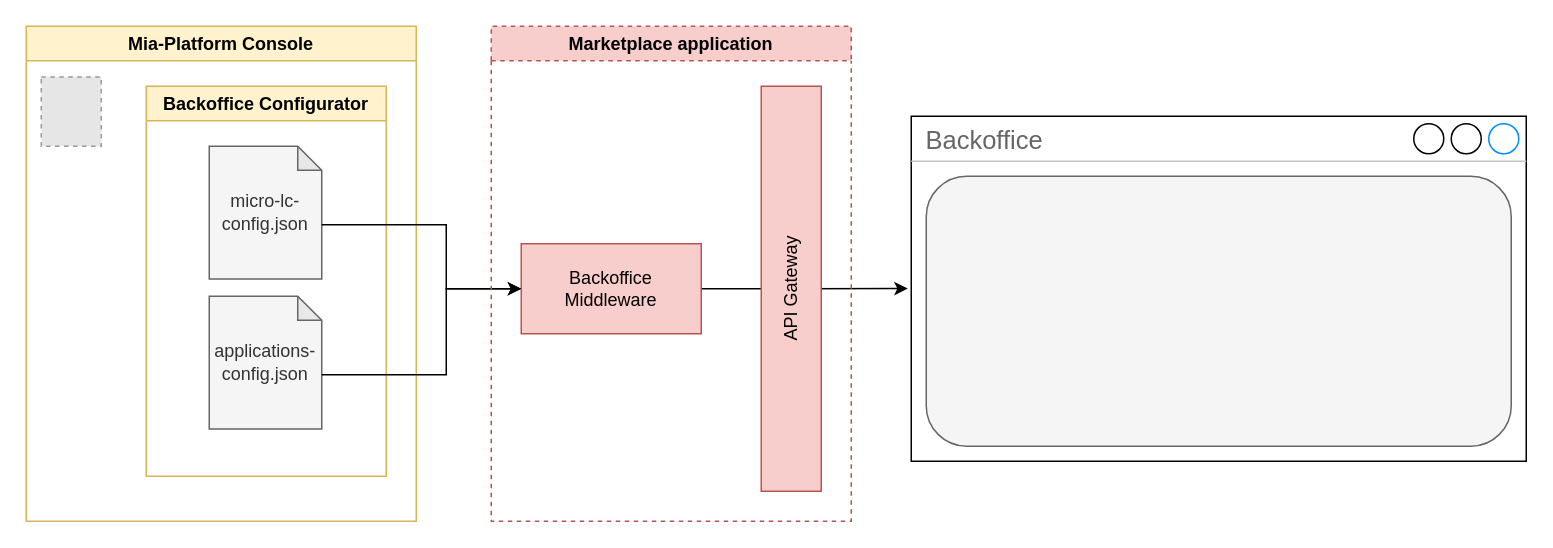
Before: docs/microfrontend-composer/img/architecture.drawio in mia-platform/documentation, a draw.io diagram. Source tidied: cells renumbered, new cells numbered last; positions are measured from the earlier drawing's top-left corner, leaving out a move shared by most shapes. Both pictures are drawn from the tidied source at 150%, with x=0, y=0 at pixel (26, 26). Pictures stored in the file or linked from it are replaced by grey dashed boxes.
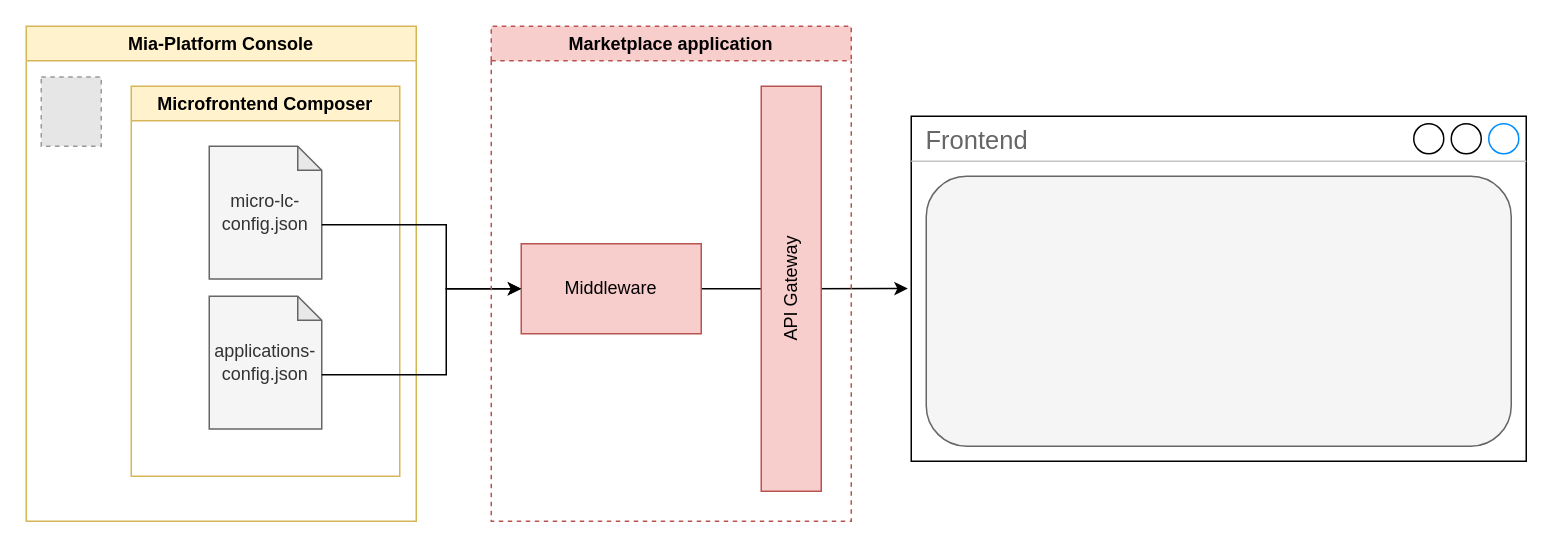
Above is the later version.

What changed in the source:
```diff
@@
 <mxGraphModel background="#ffffff">
   <root>
     <mxCell id="0" />
     <mxCell id="1" parent="0" />
-    <mxCell id="2" value="Backoffice Configurator" style="swimlane;whiteSpace=wrap;html=1;fillColor=#fff2cc;strokeColor=#d6b656;" parent="1" vertex="1">
-      <mxGeometry x="80" y="40" width="160" height="260" as="geometry" />
-    </mxCell>
     <mxCell id="3" style="edgeStyle=orthogonalEdgeStyle;rounded=0;jettySize=auto;html=1;entryX=-0.005;entryY=0.53;entryDx=0;entryDy=0;entryPerimeter=0;" parent="1" edge="1" source="4">
       <mxGeometry relative="1" as="geometry">
         <mxPoint x="587.7" y="174.9" as="targetPoint" />
       </mxGeometry>
     </mxCell>
-    <mxCell id="4" value="Backoffice&lt;br&gt;Middleware" style="rounded=0;whiteSpace=wrap;html=1;fillColor=#f8cecc;strokeColor=#b85450;" parent="1" vertex="1">
+    <mxCell id="4" value="Middleware" style="rounded=0;whiteSpace=wrap;html=1;fillColor=#f8cecc;strokeColor=#b85450;" parent="1" vertex="1">
       <mxGeometry x="330" y="145" width="120" height="60" as="geometry" />
     </mxCell>
     <mxCell id="5" value="API Gateway" style="rounded=0;whiteSpace=wrap;html=1;horizontal=0;fillColor=#f8cecc;strokeColor=#b85450;" parent="1" vertex="1">
       <mxGeometry x="490" y="40" width="40" height="270" as="geometry" />
     </mxCell>
     <mxCell id="6" value="Mia-Platform Console" style="swimlane;whiteSpace=wrap;html=1;fillColor=#fff2cc;strokeColor=#d6b656;" parent="1" vertex="1">
       <mxGeometry width="260" height="330" as="geometry" />
     </mxCell>
     <mxCell id="7" value="applications-config.json" style="shape=note;whiteSpace=wrap;html=1;backgroundOutline=1;darkOpacity=0.05;size=16;fillColor=#f5f5f5;fontColor=#333333;strokeColor=#666666;" parent="6" vertex="1">
       <mxGeometry x="122" y="180" width="75" height="88.5" as="geometry" />
     </mxCell>
     <mxCell id="8" value="micro-lc-config.json" style="shape=note;whiteSpace=wrap;html=1;backgroundOutline=1;darkOpacity=0.05;size=16;fillColor=#f5f5f5;fontColor=#333333;strokeColor=#666666;" parent="6" vertex="1">
       <mxGeometry x="122" y="80" width="75" height="88.5" as="geometry" />
     </mxCell>
     <mxCell id="9" style="fillColor=#E6E6E6;strokeColor=#999999;dashed=1;verticalLabelPosition=bottom;labelBackgroundColor=default;verticalAlign=top;" parent="6" vertex="1">
       <mxGeometry x="10" y="33.8" width="40" height="46.2" as="geometry" />
     </mxCell>
+    <mxCell id="2" value="Microfrontend Composer" style="swimlane;whiteSpace=wrap;html=1;fillColor=#fff2cc;strokeColor=#d6b656;" parent="6" vertex="1">
+      <mxGeometry x="70" y="40" width="179" height="260" as="geometry" />
+    </mxCell>
     <mxCell id="10" style="edgeStyle=orthogonalEdgeStyle;rounded=0;jettySize=auto;html=1;exitX=0;exitY=0;exitDx=75;exitDy=52.25;exitPerimeter=0;entryX=0;entryY=0.5;entryDx=0;entryDy=0;" parent="1" edge="1" source="7" target="4">
       <mxGeometry relative="1" as="geometry">
         <Array as="points">
           <mxPoint x="280" y="232" />
           <mxPoint x="280" y="175" />
         </Array>
       </mxGeometry>
     </mxCell>
     <mxCell id="11" style="edgeStyle=orthogonalEdgeStyle;rounded=0;jettySize=auto;html=1;entryX=0;entryY=0.5;entryDx=0;entryDy=0;exitX=0;exitY=0;exitDx=75;exitDy=52.25;exitPerimeter=0;" parent="1" edge="1" source="8" target="4">
       <mxGeometry relative="1" as="geometry">
         <Array as="points">
           <mxPoint x="280" y="132" />
           <mxPoint x="280" y="175" />
         </Array>
       </mxGeometry>
     </mxCell>
     <mxCell id="12" value="Marketplace application" style="swimlane;whiteSpace=wrap;html=1;dashed=1;fillColor=#f8cecc;strokeColor=#b85450;" parent="1" vertex="1">
       <mxGeometry x="310" width="240" height="330" as="geometry" />
     </mxCell>
-    <mxCell id="13" value="Backoffice" style="strokeWidth=1;shadow=0;dashed=0;align=center;html=1;shape=mxgraph.mockup.containers.window;align=left;verticalAlign=top;spacingLeft=8;strokeColor2=#008cff;strokeColor3=#c4c4c4;fontColor=#666666;mainText=;fontSize=17;labelBackgroundColor=none;" parent="1" vertex="1">
+    <mxCell id="13" value="Frontend" style="strokeWidth=1;shadow=0;dashed=0;align=center;html=1;shape=mxgraph.mockup.containers.window;align=left;verticalAlign=top;spacingLeft=8;strokeColor2=#008cff;strokeColor3=#c4c4c4;fontColor=#666666;mainText=;fontSize=17;labelBackgroundColor=none;" parent="1" vertex="1">
       <mxGeometry x="590" y="60" width="410" height="230" as="geometry" />
     </mxCell>
     <mxCell id="14" style="rounded=1;whiteSpace=wrap;html=1;fillColor=#f5f5f5;fontColor=#333333;strokeColor=#666666;" parent="1" vertex="1">
       <mxGeometry x="600" y="100" width="390" height="180" as="geometry" />
     </mxCell>
   </root>
 </mxGraphModel>
```
